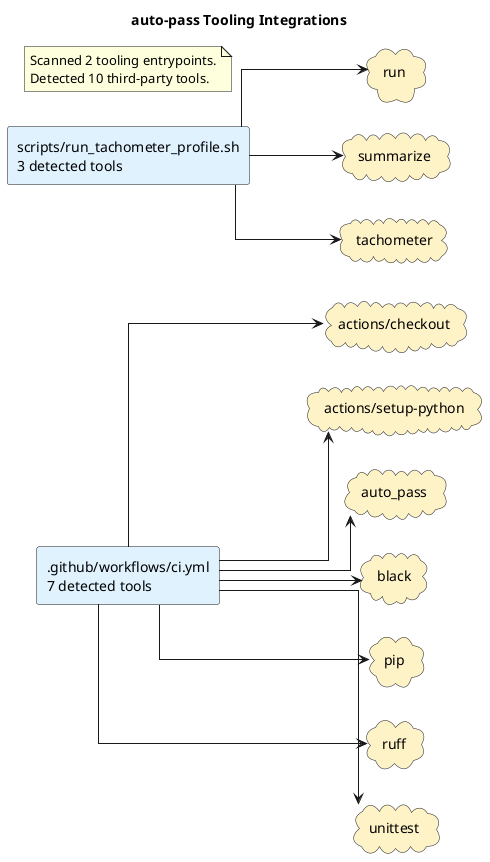
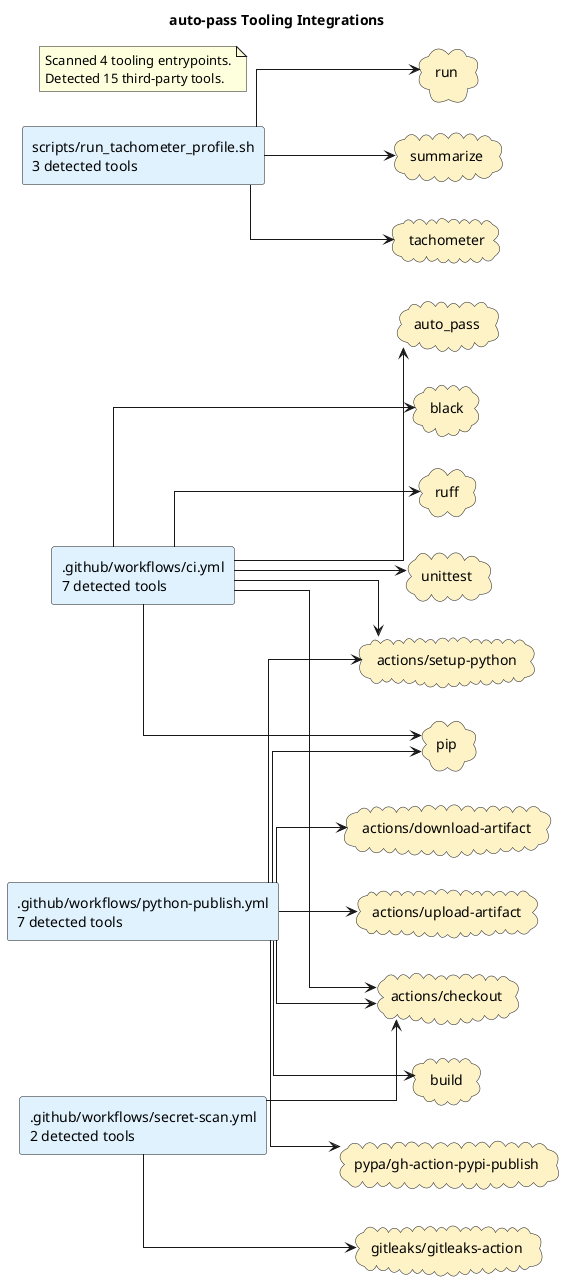
@startuml
title auto-pass Tooling Integrations
left to right direction
skinparam shadowing false
skinparam defaultFontName Monospace
skinparam componentStyle rectangle
skinparam linetype ortho
rectangle ".github/workflows/ci.yml\n7 detected tools" as source_github_workflows_ci_yml #E0F2FE
+ rectangle ".github/workflows/python-publish.yml\n7 detected tools" as source_github_workflows_python_publish_yml #E0F2FE
+ rectangle ".github/workflows/secret-scan.yml\n2 detected tools" as source_github_workflows_secret_scan_yml #E0F2FE
rectangle "scripts/run_tachometer_profile.sh\n3 detected tools" as source_scripts_run_tachometer_profile_sh #E0F2FE
cloud "actions/checkout" as tool_actions_checkout #FEF3C7
+ cloud "actions/download-artifact" as tool_actions_download_artifact #FEF3C7
cloud "actions/setup-python" as tool_actions_setup_python #FEF3C7
+ cloud "actions/upload-artifact" as tool_actions_upload_artifact #FEF3C7
cloud "auto_pass" as tool_auto_pass #FEF3C7
cloud "black" as tool_black #FEF3C7
+ cloud "build" as tool_build #FEF3C7
+ cloud "gitleaks/gitleaks-action" as tool_gitleaks_gitleaks_action #FEF3C7
cloud "pip" as tool_pip #FEF3C7
+ cloud "pypa/gh-action-pypi-publish" as tool_pypa_gh_action_pypi_publish #FEF3C7
cloud "ruff" as tool_ruff #FEF3C7
cloud "run" as tool_run #FEF3C7
cloud "summarize" as tool_summarize #FEF3C7
cloud "tachometer" as tool_tachometer #FEF3C7
cloud "unittest" as tool_unittest #FEF3C7
source_github_workflows_ci_yml --> tool_actions_checkout
source_github_workflows_ci_yml --> tool_actions_setup_python
source_github_workflows_ci_yml --> tool_auto_pass
source_github_workflows_ci_yml --> tool_black
source_github_workflows_ci_yml --> tool_pip
source_github_workflows_ci_yml --> tool_ruff
source_github_workflows_ci_yml --> tool_unittest
+ source_github_workflows_python_publish_yml --> tool_actions_checkout
+ source_github_workflows_python_publish_yml --> tool_actions_download_artifact
+ source_github_workflows_python_publish_yml --> tool_actions_setup_python
+ source_github_workflows_python_publish_yml --> tool_actions_upload_artifact
+ source_github_workflows_python_publish_yml --> tool_build
+ source_github_workflows_python_publish_yml --> tool_pip
+ source_github_workflows_python_publish_yml --> tool_pypa_gh_action_pypi_publish
+ source_github_workflows_secret_scan_yml --> tool_actions_checkout
+ source_github_workflows_secret_scan_yml --> tool_gitleaks_gitleaks_action
source_scripts_run_tachometer_profile_sh --> tool_run
source_scripts_run_tachometer_profile_sh --> tool_summarize
source_scripts_run_tachometer_profile_sh --> tool_tachometer
note as toolingGraphSummary
- Scanned 2 tooling entrypoints.
- Detected 10 third-party tools.
+ Scanned 4 tooling entrypoints.
+ Detected 15 third-party tools.
end note
@enduml
